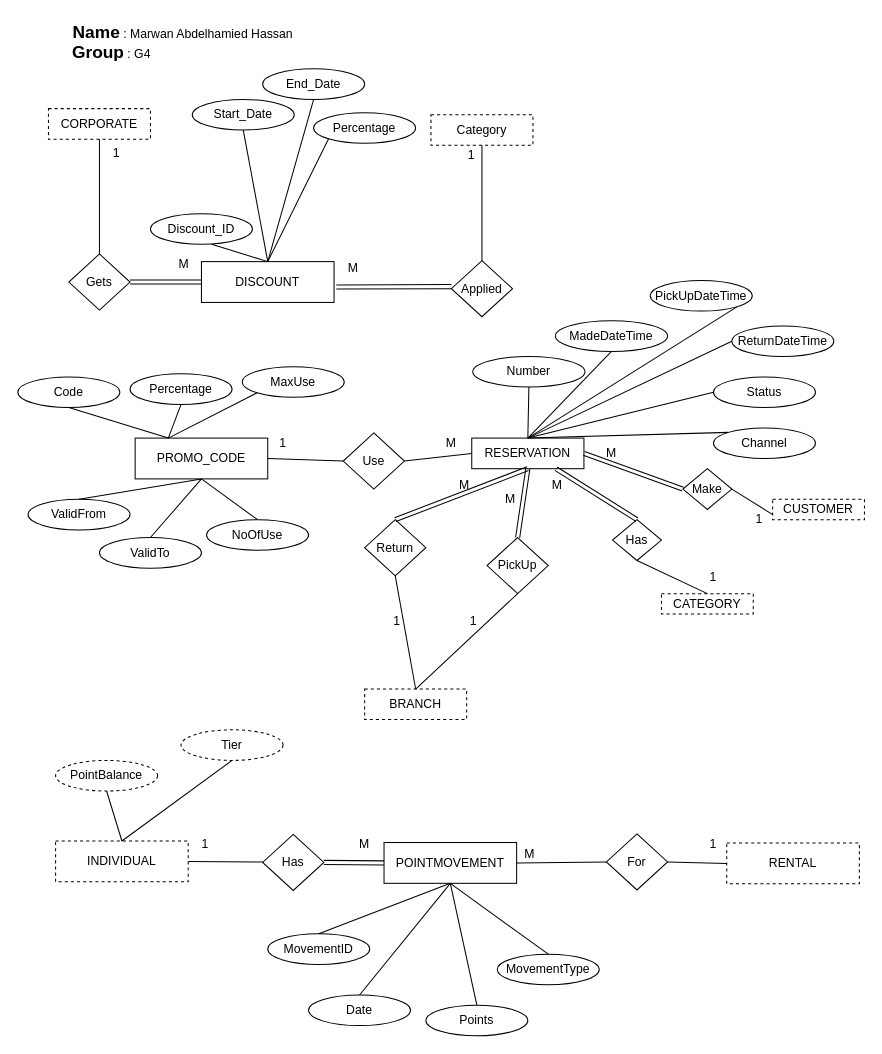
Maro282/Maro282-Database-Assignment-1 keeps this draw.io diagram as page "Corporate-Promotions-loyalty-Reservation" (5 of 16) of DriveNow.drawio. Above is the earlier version. Source tidied: cells renumbered, new cells numbered last; positions are measured from the earlier drawing's top-left corner, leaving out a move shared by most shapes. Both pictures are drawn from the tidied source at 102%, with x=0, y=0 at pixel (17, 17).
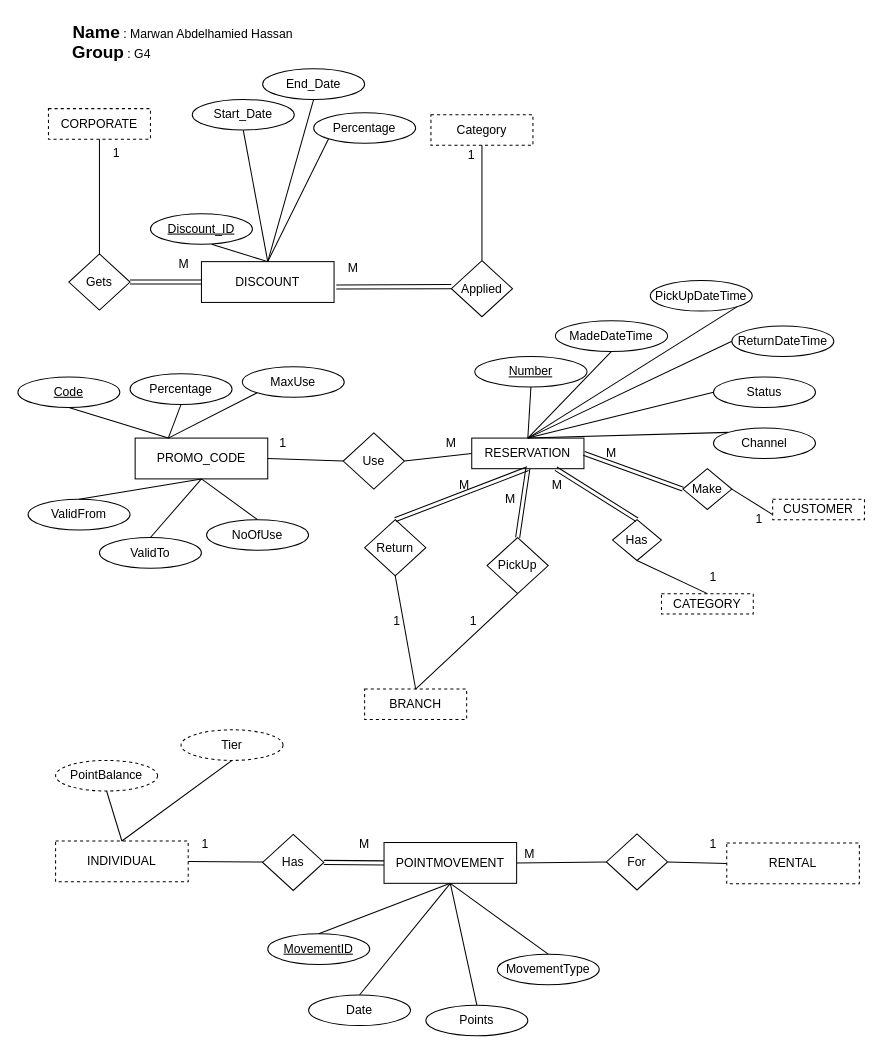
After the change.

The edit, as a diff of the source:
```diff
@@
-    <mxCell id="4" value="Discount_ID" style="ellipse;whiteSpace=wrap;html=1;shapeInside=1;" parent="1" vertex="1">
+    <mxCell id="4" value="Discount_ID" style="ellipse;whiteSpace=wrap;html=1;shapeInside=1;fontStyle=4;" parent="1" vertex="1">
       <mxGeometry x="130" y="192" width="100" height="30" as="geometry" />
     </mxCell>
@@
-    <mxCell id="26" value="Code" style="ellipse;whiteSpace=wrap;html=1;shapeInside=1;" parent="1" vertex="1">
+    <mxCell id="26" value="Code" style="ellipse;whiteSpace=wrap;html=1;shapeInside=1;fontStyle=4;" parent="1" vertex="1">
       <mxGeometry y="352" width="100" height="30" as="geometry" />
     </mxCell>
@@
-    <mxCell id="47" value="Number" style="ellipse;whiteSpace=wrap;html=1;shapeInside=1;" parent="1" vertex="1">
-      <mxGeometry x="446" y="332" width="110" height="30" as="geometry" />
+    <mxCell id="47" value="Number" style="ellipse;whiteSpace=wrap;html=1;shapeInside=1;fontStyle=4;" parent="1" vertex="1">
+      <mxGeometry x="448" y="332" width="110" height="30" as="geometry" />
     </mxCell>
@@
-    <mxCell id="61" value="MovementID" style="ellipse;whiteSpace=wrap;html=1;shapeInside=1;" parent="1" vertex="1">
+    <mxCell id="61" value="MovementID" style="ellipse;whiteSpace=wrap;html=1;shapeInside=1;fontStyle=4;" parent="1" vertex="1">
       <mxGeometry x="245" y="898" width="100" height="30" as="geometry" />
     </mxCell>
```
